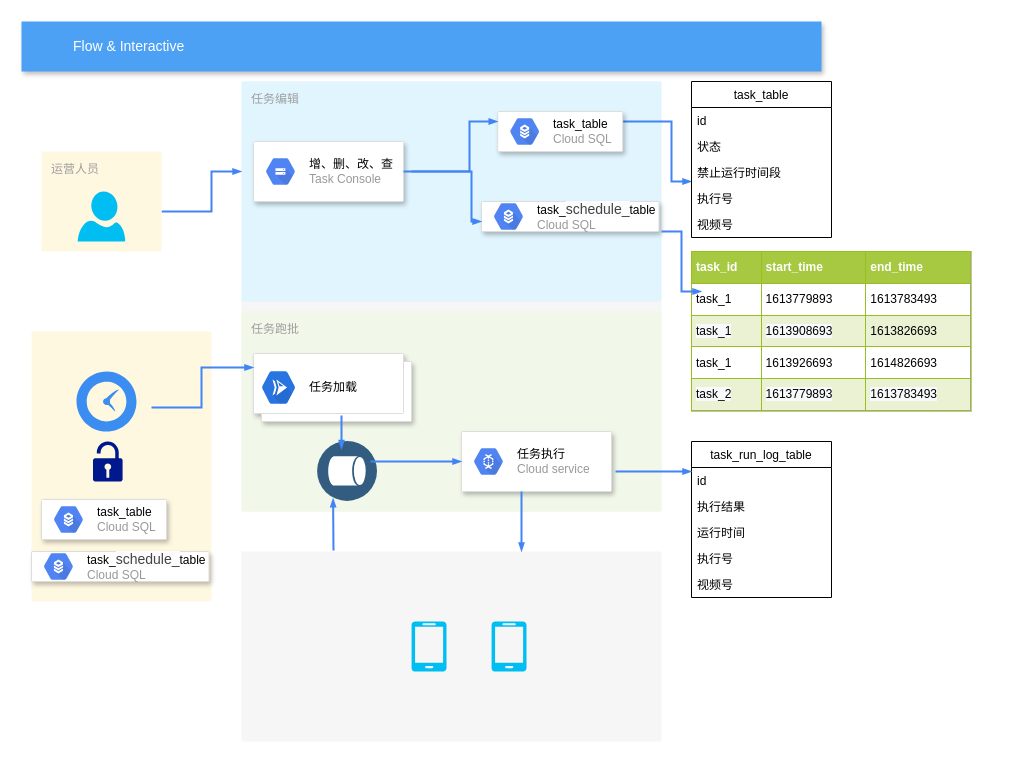
This is craft/task_magr1.drawio from feihu618/drawio, a draw.io file, before an edit. Source tidied: cells renumbered, new cells numbered last; positions are measured from the earlier drawing's top-left corner, leaving out a move shared by most shapes. Both pictures are drawn from the tidied source at 100%, with x=0, y=0 at pixel (21, 21).
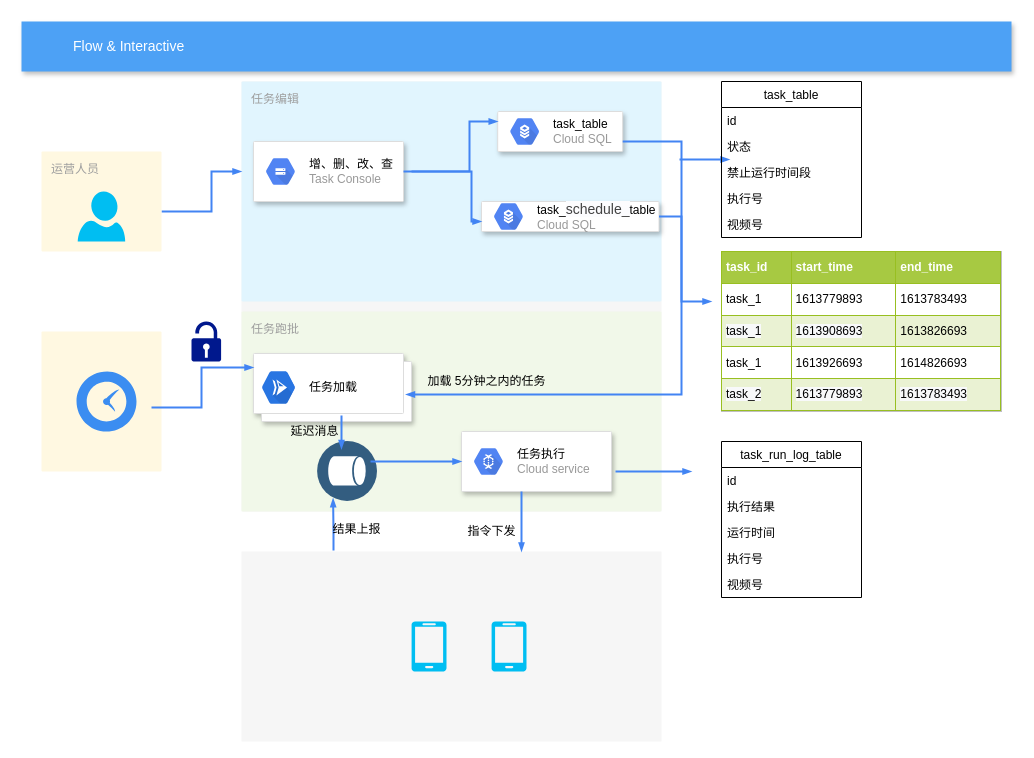
The same page after the edit.

Unchanged cells that the change refers to:
```xml
<mxCell id="18" style="shape=mxgraph.gcp2.doubleRect;strokeColor=#dddddd;shadow=1;strokeWidth=1;" parent="1" vertex="1">
  <mxGeometry x="232" y="332" width="158" height="68" as="geometry" />
</mxCell>
<mxCell id="21" style="strokeColor=#dddddd;shadow=1;strokeWidth=1;rounded=1;absoluteArcSize=1;arcSize=2;" parent="1" vertex="1">
  <mxGeometry x="476.2" y="90" width="125" height="40" as="geometry" />
</mxCell>
<mxCell id="23" style="strokeColor=#dddddd;shadow=1;strokeWidth=1;rounded=1;absoluteArcSize=1;arcSize=2;" parent="1" vertex="1">
  <mxGeometry x="460" y="180" width="177.5" height="30" as="geometry" />
</mxCell>
<mxCell id="40" style="perimeter=ellipsePerimeter;html=1;align=center;shadow=0;dashed=0;fontColor=#4277BB;labelBackgroundColor=#ffffff;fontSize=12;spacingTop=3;image;image=img/lib/ibm/data/data_services.svg;direction=south;" parent="1" vertex="1">
  <mxGeometry x="295" y="420" width="60" height="60" as="geometry" />
</mxCell>
```

Change to the diagram source:
```diff
@@
     <mxCell id="7" style="rounded=1;absoluteArcSize=1;arcSize=2;html=1;strokeColor=none;gradientColor=none;shadow=0;dashed=0;strokeColor=none;fontSize=12;fontColor=#9E9E9E;align=left;verticalAlign=top;spacing=10;spacingTop=-4;fillColor=#FFF8E1;" parent="1" vertex="1">
-      <mxGeometry x="10" y="310" width="180" height="270" as="geometry" />
+      <mxGeometry x="20" y="310" width="120" height="140" as="geometry" />
     </mxCell>
     <mxCell id="8" value="Flow &amp;amp;&amp;nbsp;Interactive" style="fillColor=#4DA1F5;strokeColor=none;shadow=1;gradientColor=none;fontSize=14;align=left;spacingLeft=50;fontColor=#ffffff;html=1;" parent="1" vertex="1">
-      <mxGeometry width="800" height="50" as="geometry" />
+      <mxGeometry width="990" height="50" as="geometry" />
     </mxCell>
@@
-    <mxCell id="11" style="edgeStyle=orthogonalEdgeStyle;rounded=0;html=1;labelBackgroundColor=none;startFill=1;startSize=4;endArrow=blockThin;endFill=1;endSize=4;jettySize=auto;strokeColor=#4284F3;strokeWidth=2;fontSize=12;fontColor=#000000;align=center;dashed=0;exitX=1;exitY=0.25;exitDx=0;exitDy=0;" parent="1" edge="1" source="21" target="27">
+    <mxCell id="11" style="edgeStyle=orthogonalEdgeStyle;rounded=0;html=1;labelBackgroundColor=none;startFill=1;startSize=4;endArrow=blockThin;endFill=1;endSize=4;jettySize=auto;orthogonalLoop=1;strokeColor=#4284F3;strokeWidth=2;fontSize=12;fontColor=#000000;align=center;dashed=0;" parent="1" edge="1">
       <mxGeometry relative="1" as="geometry">
+        <mxPoint x="668" y="138" as="sourcePoint" />
+        <mxPoint x="708" y="138" as="targetPoint" />
         <Array as="points">
-          <mxPoint x="650" y="100" />
-          <mxPoint x="650" y="160" />
+          <mxPoint x="658" y="138" />
         </Array>
       </mxGeometry>
     </mxCell>
@@
     <mxCell id="26" value="&lt;table border=&quot;1&quot; width=&quot;100%&quot; cellpadding=&quot;4&quot; style=&quot;width: 100% ; height: 100% ; border-collapse: collapse&quot;&gt;&lt;tbody&gt;&lt;tr style=&quot;background-color: #a7c942 ; color: #ffffff ; border: 1px solid #98bf21&quot;&gt;&lt;th align=&quot;left&quot;&gt;task_id&lt;/th&gt;&lt;th align=&quot;left&quot;&gt;start_time&lt;/th&gt;&lt;th align=&quot;left&quot;&gt;end_time&lt;/th&gt;&lt;/tr&gt;&lt;tr style=&quot;border: 1px solid #98bf21&quot;&gt;&lt;td&gt;task_1&lt;/td&gt;&lt;td&gt;1613779893&lt;/td&gt;&lt;td&gt;1613783493&lt;/td&gt;&lt;/tr&gt;&lt;tr style=&quot;background-color: #eaf2d3 ; border: 1px solid #98bf21&quot;&gt;&lt;td&gt;&lt;span style=&quot;background-color: rgb(248 , 249 , 250)&quot;&gt;task_1&lt;/span&gt;&lt;br&gt;&lt;/td&gt;&lt;td&gt;&lt;span style=&quot;background-color: rgb(248 , 249 , 250)&quot;&gt;1613908693&lt;/span&gt;&lt;/td&gt;&lt;td&gt;1613826693&lt;/td&gt;&lt;/tr&gt;&lt;tr style=&quot;border: 1px solid #98bf21&quot;&gt;&lt;td&gt;task_1&lt;/td&gt;&lt;td&gt;1613926693&lt;/td&gt;&lt;td&gt;1614826693&lt;/td&gt;&lt;/tr&gt;&lt;tr style=&quot;background-color: #eaf2d3 ; border: 1px solid #98bf21&quot;&gt;&lt;td&gt;&lt;span style=&quot;background-color: rgb(248 , 249 , 250)&quot;&gt;task_2&lt;/span&gt;&lt;/td&gt;&lt;td&gt;&lt;span style=&quot;background-color: rgb(248 , 249 , 250)&quot;&gt;1613779893&lt;/span&gt;&lt;/td&gt;&lt;td&gt;&lt;span style=&quot;background-color: rgb(248 , 249 , 250)&quot;&gt;1613783493&lt;/span&gt;&lt;br&gt;&lt;/td&gt;&lt;/tr&gt;&lt;/tbody&gt;&lt;/table&gt;" style="text;html=1;strokeColor=#c0c0c0;fillColor=#ffffff;overflow=fill;rounded=0;" parent="1" vertex="1">
-      <mxGeometry x="670" y="230" width="280" height="160" as="geometry" />
+      <mxGeometry x="700" y="230" width="280" height="160" as="geometry" />
     </mxCell>
     <mxCell id="27" value="task_table" style="swimlane;fontStyle=0;horizontal=1;startSize=26;fillColor=none;" parent="1" vertex="1">
-      <mxGeometry x="670" y="60" width="140" height="156" as="geometry" />
+      <mxGeometry x="700" y="60" width="140" height="156" as="geometry" />
     </mxCell>
@@
-    <mxCell id="36" style="edgeStyle=orthogonalEdgeStyle;rounded=0;html=1;labelBackgroundColor=none;startFill=1;startSize=4;endArrow=blockThin;endFill=1;endSize=4;jettySize=auto;orthogonalLoop=1;strokeColor=#4284F3;strokeWidth=2;fontSize=12;fontColor=#000000;align=center;dashed=0;" parent="1" edge="1">
-      <mxGeometry relative="1" as="geometry">
-        <mxPoint x="640" y="210" as="sourcePoint" />
-        <mxPoint x="680" y="270" as="targetPoint" />
-        <Array as="points">
-          <mxPoint x="660" y="210" />
-          <mxPoint x="660" y="270" />
-        </Array>
-      </mxGeometry>
-    </mxCell>
     <mxCell id="37" style="shadow=0;dashed=0;html=1;strokeColor=none;labelPosition=center;verticalLabelPosition=bottom;verticalAlign=top;align=center;fillColor=#00188D;shape=mxgraph.mscae.enterprise.lock_unlocked;" parent="1" vertex="1">
-      <mxGeometry x="71.5" y="420" width="29.6" height="40" as="geometry" />
+      <mxGeometry x="170" y="300" width="29.6" height="40" as="geometry" />
     </mxCell>
@@
     <mxCell id="44" style="edgeStyle=orthogonalEdgeStyle;rounded=0;html=1;labelBackgroundColor=none;startFill=1;startSize=4;endArrow=blockThin;endFill=1;endSize=4;jettySize=auto;strokeColor=#4284F3;strokeWidth=2;fontSize=12;fontColor=#000000;align=center;dashed=0;entryX=1;entryY=0.75;entryDx=0;entryDy=0;" parent="1" edge="1" target="40">
       <mxGeometry relative="1" as="geometry">
         <mxPoint x="312" y="529" as="sourcePoint" />
         <Array as="points">
-          <mxPoint x="312" y="529" />
+          <mxPoint x="312" y="510" />
+          <mxPoint x="312" y="510" />
         </Array>
       </mxGeometry>
     </mxCell>
     <mxCell id="45" value="task_run_log_table" style="swimlane;fontStyle=0;horizontal=1;startSize=26;fillColor=none;" parent="1" vertex="1">
-      <mxGeometry x="670" y="420" width="140" height="156" as="geometry" />
+      <mxGeometry x="700" y="420" width="140" height="156" as="geometry" />
     </mxCell>
@@
-    <mxCell id="52" style="strokeColor=#dddddd;shadow=1;strokeWidth=1;rounded=1;absoluteArcSize=1;arcSize=2;" parent="1" vertex="1">
-      <mxGeometry x="20" y="478" width="125" height="40" as="geometry" />
-    </mxCell>
-    <mxCell id="53" value="&lt;font color=&quot;#000000&quot;&gt;task_table&lt;/font&gt;&lt;br&gt;Cloud SQL" style="dashed=0;html=1;fillColor=#5184F3;strokeColor=none;shape=mxgraph.gcp2.hexIcon;prIcon=cloud_sql;labelPosition=right;verticalLabelPosition=middle;align=left;verticalAlign=middle;spacingLeft=5;fontColor=#999999;fontSize=12;" parent="52" vertex="1">
-      <mxGeometry y="0.5" width="44" height="39" relative="1" as="geometry">
-        <mxPoint x="5" y="-19.5" as="offset" />
-      </mxGeometry>
-    </mxCell>
-    <mxCell id="54" style="strokeColor=#dddddd;shadow=1;strokeWidth=1;rounded=1;absoluteArcSize=1;arcSize=2;" parent="1" vertex="1">
-      <mxGeometry x="10" y="530" width="177.5" height="30" as="geometry" />
-    </mxCell>
-    <mxCell id="55" value="&lt;font color=&quot;#000000&quot;&gt;task_&lt;/font&gt;&lt;span style=&quot;color: rgb(67 , 67 , 67) ; font-family: &amp;#34;arial&amp;#34; , sans-serif ; font-size: 14px ; background-color: rgb(252 , 252 , 254)&quot;&gt;schedule_&lt;/span&gt;&lt;font color=&quot;#000000&quot;&gt;table&lt;/font&gt;&lt;br&gt;Cloud SQL" style="dashed=0;html=1;fillColor=#5184F3;strokeColor=none;shape=mxgraph.gcp2.hexIcon;prIcon=cloud_sql;labelPosition=right;verticalLabelPosition=middle;align=left;verticalAlign=middle;spacingLeft=5;fontColor=#999999;fontSize=12;" parent="54" vertex="1">
-      <mxGeometry y="0.5" width="44" height="39" relative="1" as="geometry">
-        <mxPoint x="5" y="-19.5" as="offset" />
-      </mxGeometry>
-    </mxCell>
+    <mxCell id="56" value="结果上报" style="text;html=1;align=center;verticalAlign=middle;fillColor=none;strokeColor=none;rounded=0;" parent="1" vertex="1">
+      <mxGeometry x="305" y="498" width="60" height="20" as="geometry" />
+    </mxCell>
+    <mxCell id="57" value="指令下发" style="text;html=1;align=center;verticalAlign=middle;fillColor=none;strokeColor=none;rounded=0;" parent="1" vertex="1">
+      <mxGeometry x="440" y="500" width="60" height="20" as="geometry" />
+    </mxCell>
+    <mxCell id="58" style="edgeStyle=orthogonalEdgeStyle;rounded=0;html=1;labelBackgroundColor=none;startFill=1;startSize=4;endArrow=blockThin;endFill=1;endSize=4;jettySize=auto;strokeColor=#4284F3;strokeWidth=2;fontSize=12;fontColor=#000000;align=center;dashed=0;exitX=1;exitY=0.75;exitDx=0;exitDy=0;entryX=0.965;entryY=0.603;entryDx=0;entryDy=0;entryPerimeter=0;" parent="1" edge="1" source="21" target="18">
+      <mxGeometry relative="1" as="geometry">
+        <Array as="points">
+          <mxPoint x="660" y="120" />
+          <mxPoint x="660" y="373" />
+        </Array>
+      </mxGeometry>
+    </mxCell>
+    <mxCell id="59" style="edgeStyle=orthogonalEdgeStyle;rounded=0;html=1;labelBackgroundColor=none;startFill=1;startSize=4;endArrow=blockThin;endFill=1;endSize=4;jettySize=auto;strokeColor=#4284F3;strokeWidth=2;fontSize=12;fontColor=#000000;align=center;dashed=0;exitX=1;exitY=0.5;exitDx=0;exitDy=0;" parent="1" edge="1" source="23">
+      <mxGeometry relative="1" as="geometry">
+        <mxPoint x="690" y="280" as="targetPoint" />
+        <Array as="points">
+          <mxPoint x="660" y="195" />
+          <mxPoint x="660" y="280" />
+        </Array>
+      </mxGeometry>
+    </mxCell>
+    <mxCell id="60" value="加载 5分钟之内的任务" style="text;html=1;align=center;verticalAlign=middle;fillColor=none;strokeColor=none;rounded=0;" parent="1" vertex="1">
+      <mxGeometry x="400" y="350" width="130" height="20" as="geometry" />
+    </mxCell>
+    <mxCell id="61" value="延迟消息" style="text;html=1;align=center;verticalAlign=middle;fillColor=none;strokeColor=none;rounded=0;" parent="1" vertex="1">
+      <mxGeometry x="263" y="400" width="60" height="20" as="geometry" />
+    </mxCell>
```
